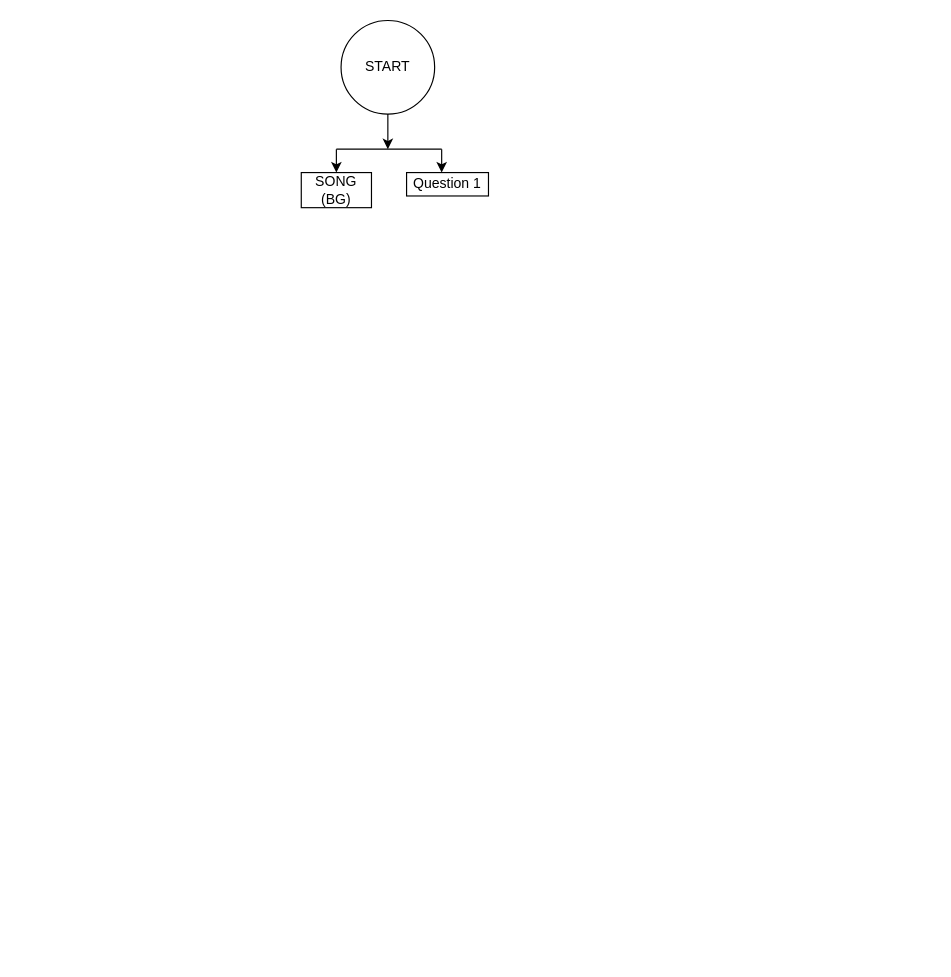
Before: Untitled Diagram.drawio in Jeevan-04/Catalyst, a draw.io diagram. Source tidied: cells renumbered, new cells numbered last; positions are measured from the earlier drawing's top-left corner, leaving out a move shared by most shapes. Both pictures are drawn from the tidied source at 117%, with x=0, y=0 at pixel (301, 20).
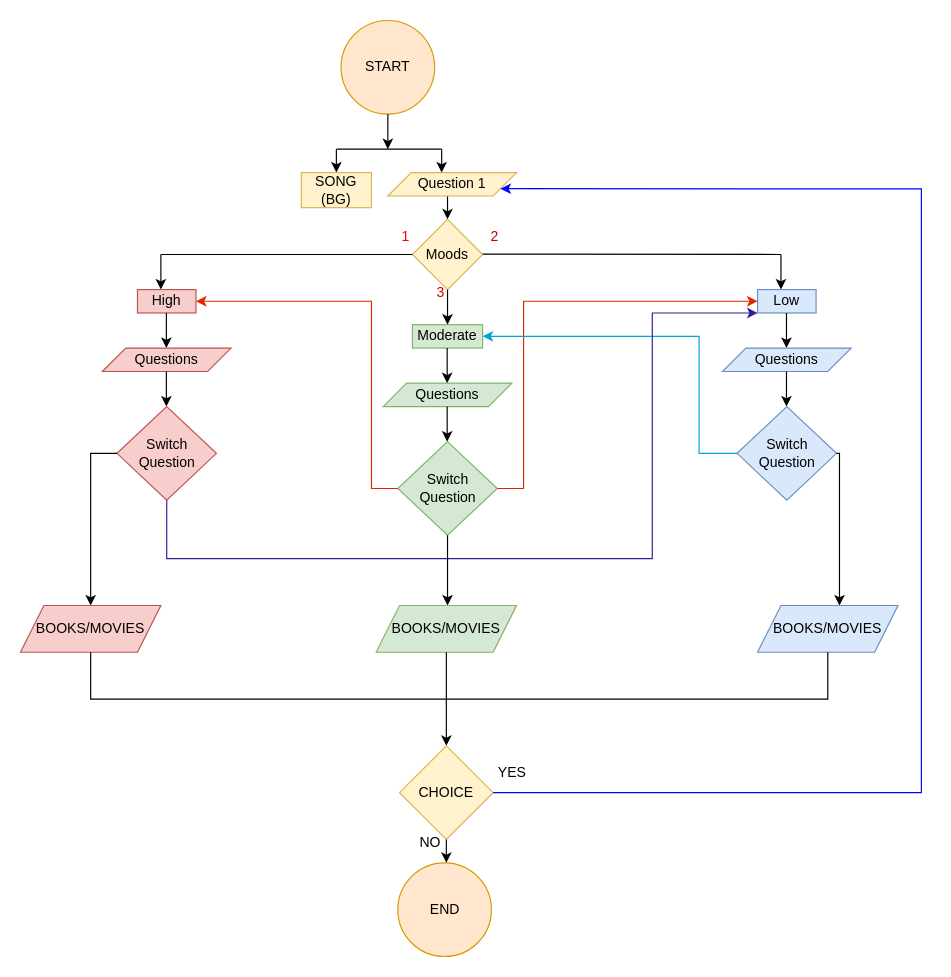
The same page after the edit.

Change to the diagram source:
```diff
@@
-    <mxCell id="2" value="START" style="ellipse;whiteSpace=wrap;html=1;" parent="1" vertex="1">
+    <mxCell id="2" value="START" style="ellipse;whiteSpace=wrap;html=1;fillColor=#ffe6cc;strokeColor=#d79b00;" parent="1" vertex="1">
       <mxGeometry x="34" width="80" height="80" as="geometry" />
     </mxCell>
@@
-    <mxCell id="7" value="SONG (BG)" style="rounded=0;whiteSpace=wrap;html=1;" parent="1" vertex="1">
+    <mxCell id="7" value="SONG (BG)" style="rounded=0;whiteSpace=wrap;html=1;fillColor=#fff2cc;strokeColor=#d6b656;" parent="1" vertex="1">
       <mxGeometry y="130" width="60" height="30" as="geometry" />
     </mxCell>
+    <mxCell id="9" value="Moods" style="rhombus;whiteSpace=wrap;html=1;fillColor=#fff2cc;strokeColor=#d6b656;" parent="1" vertex="1">
+      <mxGeometry x="95" y="170" width="60" height="60" as="geometry" />
+    </mxCell>
+    <mxCell id="10" style="endArrow=classic;html=1;rounded=0;exitX=0.5;exitY=1;exitDx=0;exitDy=0;entryX=0.5;entryY=0;entryDx=0;entryDy=0;" parent="1" edge="1" target="9">
+      <mxGeometry relative="1" as="geometry">
+        <mxPoint x="125" y="150" as="sourcePoint" />
+      </mxGeometry>
+    </mxCell>
+    <mxCell id="11" style="endArrow=classic;html=1;rounded=0;exitX=0.5;exitY=1;exitDx=0;exitDy=0;" parent="1" edge="1" source="9">
+      <mxGeometry relative="1" as="geometry">
+        <mxPoint x="125" y="260" as="targetPoint" />
+      </mxGeometry>
+    </mxCell>
+    <mxCell id="12" value="&lt;font color=&quot;#ff0000&quot;&gt;1&lt;/font&gt;" style="text;html=1;align=center;verticalAlign=middle;strokeColor=none;fillColor=none;" parent="1" vertex="1">
+      <mxGeometry x="74" y="170" width="30" height="30" as="geometry" />
+    </mxCell>
+    <mxCell id="13" value="&lt;font color=&quot;#cc0000&quot;&gt;2&lt;/font&gt;" style="text;html=1;align=center;verticalAlign=middle;strokeColor=none;fillColor=none;" parent="1" vertex="1">
+      <mxGeometry x="150" y="170" width="30" height="30" as="geometry" />
+    </mxCell>
+    <mxCell id="14" value="&lt;font color=&quot;#cc0000&quot;&gt;3&lt;/font&gt;" style="text;html=1;align=center;verticalAlign=middle;strokeColor=none;fillColor=none;" parent="1" vertex="1">
+      <mxGeometry x="104" y="218" width="30" height="30" as="geometry" />
+    </mxCell>
+    <mxCell id="15" style="endArrow=none;html=1;rounded=0;entryX=0;entryY=0.5;entryDx=0;entryDy=0;" parent="1" edge="1" target="9">
+      <mxGeometry relative="1" as="geometry">
+        <mxPoint x="-120" y="200" as="sourcePoint" />
+      </mxGeometry>
+    </mxCell>
+    <mxCell id="16" style="endArrow=none;html=1;rounded=0;" parent="1" edge="1">
+      <mxGeometry relative="1" as="geometry">
+        <mxPoint x="155" y="199.7" as="sourcePoint" />
+        <mxPoint x="410" y="200" as="targetPoint" />
+      </mxGeometry>
+    </mxCell>
+    <mxCell id="17" style="endArrow=classic;html=1;rounded=0;" parent="1" edge="1">
+      <mxGeometry relative="1" as="geometry">
+        <mxPoint x="-120" y="200" as="sourcePoint" />
+        <mxPoint x="-120" y="230" as="targetPoint" />
+      </mxGeometry>
+    </mxCell>
+    <mxCell id="18" style="endArrow=classic;html=1;rounded=0;" parent="1" edge="1">
+      <mxGeometry relative="1" as="geometry">
+        <mxPoint x="410" y="200" as="sourcePoint" />
+        <mxPoint x="410" y="230" as="targetPoint" />
+      </mxGeometry>
+    </mxCell>
+    <mxCell id="19" value="High" style="rounded=0;whiteSpace=wrap;html=1;fillColor=#f8cecc;strokeColor=#b85450;" parent="1" vertex="1">
+      <mxGeometry x="-140" y="230" width="50" height="20" as="geometry" />
+    </mxCell>
+    <mxCell id="20" value="Moderate" style="rounded=0;whiteSpace=wrap;html=1;fillColor=#d5e8d4;strokeColor=#82b366;" parent="1" vertex="1">
+      <mxGeometry x="95" y="260" width="60" height="20" as="geometry" />
+    </mxCell>
+    <mxCell id="21" value="Low" style="rounded=0;whiteSpace=wrap;html=1;fillColor=#dae8fc;strokeColor=#6c8ebf;" parent="1" vertex="1">
+      <mxGeometry x="390" y="230" width="50" height="20" as="geometry" />
+    </mxCell>
+    <mxCell id="22" style="endArrow=classic;html=1;rounded=0;" parent="1" edge="1">
+      <mxGeometry relative="1" as="geometry">
+        <mxPoint x="-115.3" y="250" as="sourcePoint" />
+        <mxPoint x="-115.3" y="280" as="targetPoint" />
+      </mxGeometry>
+    </mxCell>
+    <mxCell id="23" style="endArrow=classic;html=1;rounded=0;" parent="1" edge="1">
+      <mxGeometry relative="1" as="geometry">
+        <mxPoint x="414.7" y="250" as="sourcePoint" />
+        <mxPoint x="414.7" y="280" as="targetPoint" />
+      </mxGeometry>
+    </mxCell>
+    <mxCell id="24" style="endArrow=classic;html=1;rounded=0;" parent="1" edge="1">
+      <mxGeometry relative="1" as="geometry">
+        <mxPoint x="124.7" y="280" as="sourcePoint" />
+        <mxPoint x="124.7" y="310" as="targetPoint" />
+      </mxGeometry>
+    </mxCell>
-    <mxCell id="8" value="Question 1" style="rounded=0;whiteSpace=wrap;html=1;" parent="1" vertex="1">
-      <mxGeometry x="90" y="130" width="70" height="20" as="geometry" />
+    <mxCell id="8" value="Question 1" style="shape=parallelogram;perimeter=parallelogramPerimeter;whiteSpace=wrap;html=1;fixedSize=1;fillColor=#fff2cc;strokeColor=#d6b656;" parent="1" vertex="1">
+      <mxGeometry x="74" y="130" width="110" height="20" as="geometry" />
     </mxCell>
+    <mxCell id="25" value="Questions" style="shape=parallelogram;perimeter=parallelogramPerimeter;whiteSpace=wrap;html=1;fixedSize=1;fillColor=#f8cecc;strokeColor=#b85450;" parent="1" vertex="1">
+      <mxGeometry x="-170" y="280" width="110" height="20" as="geometry" />
+    </mxCell>
+    <mxCell id="26" value="Questions" style="shape=parallelogram;perimeter=parallelogramPerimeter;whiteSpace=wrap;html=1;fixedSize=1;fillColor=#d5e8d4;strokeColor=#82b366;" parent="1" vertex="1">
+      <mxGeometry x="70" y="310" width="110" height="20" as="geometry" />
+    </mxCell>
+    <mxCell id="27" value="Questions" style="shape=parallelogram;perimeter=parallelogramPerimeter;whiteSpace=wrap;html=1;fixedSize=1;fillColor=#dae8fc;strokeColor=#6c8ebf;" parent="1" vertex="1">
+      <mxGeometry x="360" y="280" width="110" height="20" as="geometry" />
+    </mxCell>
+    <mxCell id="28" style="endArrow=classic;html=1;rounded=0;" parent="1" edge="1">
+      <mxGeometry relative="1" as="geometry">
+        <mxPoint x="-115.3" y="300" as="sourcePoint" />
+        <mxPoint x="-115.3" y="330" as="targetPoint" />
+      </mxGeometry>
+    </mxCell>
+    <mxCell id="29" style="endArrow=classic;html=1;rounded=0;" parent="1" edge="1">
+      <mxGeometry relative="1" as="geometry">
+        <mxPoint x="124.7" y="330" as="sourcePoint" />
+        <mxPoint x="124.7" y="360" as="targetPoint" />
+      </mxGeometry>
+    </mxCell>
+    <mxCell id="30" style="endArrow=classic;html=1;rounded=0;" parent="1" edge="1">
+      <mxGeometry relative="1" as="geometry">
+        <mxPoint x="414.7" y="300" as="sourcePoint" />
+        <mxPoint x="414.7" y="330" as="targetPoint" />
+      </mxGeometry>
+    </mxCell>
+    <mxCell id="31" value="Switch Question" style="rhombus;whiteSpace=wrap;html=1;fillColor=#f8cecc;strokeColor=#b85450;" parent="1" vertex="1">
+      <mxGeometry x="-157.5" y="330" width="85" height="80" as="geometry" />
+    </mxCell>
+    <mxCell id="32" value="Switch Question" style="rhombus;whiteSpace=wrap;html=1;fillColor=#d5e8d4;strokeColor=#82b366;" parent="1" vertex="1">
+      <mxGeometry x="82.5" y="360" width="85" height="80" as="geometry" />
+    </mxCell>
+    <mxCell id="33" value="Switch Question" style="rhombus;whiteSpace=wrap;html=1;fillColor=#dae8fc;strokeColor=#6c8ebf;" parent="1" vertex="1">
+      <mxGeometry x="372.5" y="330" width="85" height="80" as="geometry" />
+    </mxCell>
+    <mxCell id="34" style="endArrow=classic;html=1;rounded=0;entryX=1;entryY=0.5;entryDx=0;entryDy=0;strokeColor=#e32400;exitX=0;exitY=0.5;exitDx=0;exitDy=0;" parent="1" edge="1" source="32" target="19">
+      <mxGeometry relative="1" as="geometry">
+        <Array as="points">
+          <mxPoint x="60" y="400" />
+          <mxPoint x="60" y="240" />
+        </Array>
+      </mxGeometry>
+    </mxCell>
+    <mxCell id="35" style="endArrow=classic;html=1;rounded=0;exitX=1;exitY=0.5;exitDx=0;exitDy=0;entryX=0;entryY=0.5;entryDx=0;entryDy=0;fillColor=#f8cecc;strokeColor=#e32400;" parent="1" edge="1" source="32" target="21">
+      <mxGeometry relative="1" as="geometry">
+        <Array as="points">
+          <mxPoint x="190" y="400" />
+          <mxPoint x="190" y="240" />
+        </Array>
+      </mxGeometry>
+    </mxCell>
+    <mxCell id="36" style="endArrow=classic;html=1;rounded=0;exitX=0;exitY=0.5;exitDx=0;exitDy=0;entryX=1;entryY=0.5;entryDx=0;entryDy=0;strokeColor=#00a3d7;" parent="1" edge="1" source="33" target="20">
+      <mxGeometry relative="1" as="geometry">
+        <Array as="points">
+          <mxPoint x="340" y="370" />
+          <mxPoint x="340" y="270" />
+        </Array>
+      </mxGeometry>
+    </mxCell>
+    <mxCell id="37" style="endArrow=classic;html=1;rounded=0;exitX=0.5;exitY=1;exitDx=0;exitDy=0;entryX=0;entryY=1;entryDx=0;entryDy=0;strokeColor=#371a94;" parent="1" edge="1" source="31" target="21">
+      <mxGeometry relative="1" as="geometry">
+        <Array as="points">
+          <mxPoint x="-115" y="460" />
+          <mxPoint x="300" y="460" />
+          <mxPoint x="300" y="250" />
+        </Array>
+      </mxGeometry>
+    </mxCell>
+    <mxCell id="38" style="endArrow=classic;html=1;rounded=0;exitX=0.5;exitY=1;exitDx=0;exitDy=0;" parent="1" edge="1" source="32">
+      <mxGeometry relative="1" as="geometry">
+        <mxPoint x="125" y="500" as="targetPoint" />
+      </mxGeometry>
+    </mxCell>
+    <mxCell id="39" style="endArrow=classic;html=1;rounded=0;exitX=0;exitY=0.5;exitDx=0;exitDy=0;" parent="1" edge="1" source="31">
+      <mxGeometry relative="1" as="geometry">
+        <mxPoint x="-180" y="500" as="targetPoint" />
+        <Array as="points">
+          <mxPoint x="-180" y="370" />
+        </Array>
+      </mxGeometry>
+    </mxCell>
+    <mxCell id="40" style="endArrow=classic;html=1;rounded=0;exitX=1;exitY=0.5;exitDx=0;exitDy=0;" parent="1" edge="1" source="33">
+      <mxGeometry relative="1" as="geometry">
+        <mxPoint x="460" y="500" as="targetPoint" />
+        <Array as="points">
+          <mxPoint x="460" y="370" />
+        </Array>
+      </mxGeometry>
+    </mxCell>
+    <mxCell id="41" value="BOOKS/MOVIES" style="shape=parallelogram;perimeter=parallelogramPerimeter;whiteSpace=wrap;html=1;fixedSize=1;fillColor=#f8cecc;strokeColor=#b85450;" parent="1" vertex="1">
+      <mxGeometry x="-240" y="500" width="120" height="40" as="geometry" />
+    </mxCell>
+    <mxCell id="42" value="BOOKS/MOVIES" style="shape=parallelogram;perimeter=parallelogramPerimeter;whiteSpace=wrap;html=1;fixedSize=1;fillColor=#d5e8d4;strokeColor=#82b366;" parent="1" vertex="1">
+      <mxGeometry x="64" y="500" width="120" height="40" as="geometry" />
+    </mxCell>
+    <mxCell id="43" value="BOOKS/MOVIES" style="shape=parallelogram;perimeter=parallelogramPerimeter;whiteSpace=wrap;html=1;fixedSize=1;fillColor=#dae8fc;strokeColor=#6c8ebf;" parent="1" vertex="1">
+      <mxGeometry x="390" y="500" width="120" height="40" as="geometry" />
+    </mxCell>
+    <mxCell id="44" style="endArrow=none;html=1;rounded=0;exitX=0.5;exitY=1;exitDx=0;exitDy=0;entryX=0.5;entryY=1;entryDx=0;entryDy=0;" parent="1" edge="1" source="41" target="43">
+      <mxGeometry relative="1" as="geometry">
+        <Array as="points">
+          <mxPoint x="-180" y="580" />
+          <mxPoint x="450" y="580" />
+        </Array>
+      </mxGeometry>
+    </mxCell>
+    <mxCell id="45" style="endArrow=classic;html=1;rounded=0;exitX=0.5;exitY=1;exitDx=0;exitDy=0;" parent="1" edge="1" source="42">
+      <mxGeometry relative="1" as="geometry">
+        <mxPoint x="124" y="620" as="targetPoint" />
+      </mxGeometry>
+    </mxCell>
+    <mxCell id="46" value="END" style="ellipse;whiteSpace=wrap;html=1;fillColor=#ffe6cc;strokeColor=#d79b00;" parent="1" vertex="1">
+      <mxGeometry x="82.5" y="720" width="80" height="80" as="geometry" />
+    </mxCell>
+    <mxCell id="47" value="CHOICE" style="rhombus;whiteSpace=wrap;html=1;fillColor=#fff2cc;strokeColor=#d6b656;" parent="1" vertex="1">
+      <mxGeometry x="84" y="620" width="80" height="80" as="geometry" />
+    </mxCell>
+    <mxCell id="48" style="endArrow=classic;html=1;rounded=0;exitX=1;exitY=0.5;exitDx=0;exitDy=0;entryX=1;entryY=0.75;entryDx=0;entryDy=0;strokeColor=#0000FF;" parent="1" edge="1" source="47" target="8">
+      <mxGeometry relative="1" as="geometry">
+        <Array as="points">
+          <mxPoint x="530" y="660" />
+          <mxPoint x="530" y="144" />
+        </Array>
+      </mxGeometry>
+    </mxCell>
+    <mxCell id="49" style="endArrow=classic;html=1;rounded=0;exitX=0.5;exitY=1;exitDx=0;exitDy=0;" parent="1" edge="1" source="47">
+      <mxGeometry relative="1" as="geometry">
+        <mxPoint x="124" y="720" as="targetPoint" />
+      </mxGeometry>
+    </mxCell>
+    <mxCell id="50" value="NO" style="text;html=1;align=center;verticalAlign=middle;strokeColor=none;fillColor=none;" parent="1" vertex="1">
+      <mxGeometry x="90" y="688" width="40" height="30" as="geometry" />
+    </mxCell>
+    <mxCell id="51" value="YES" style="text;html=1;align=center;verticalAlign=middle;strokeColor=none;fillColor=none;" parent="1" vertex="1">
+      <mxGeometry x="155" y="628" width="50" height="30" as="geometry" />
+    </mxCell>
```
